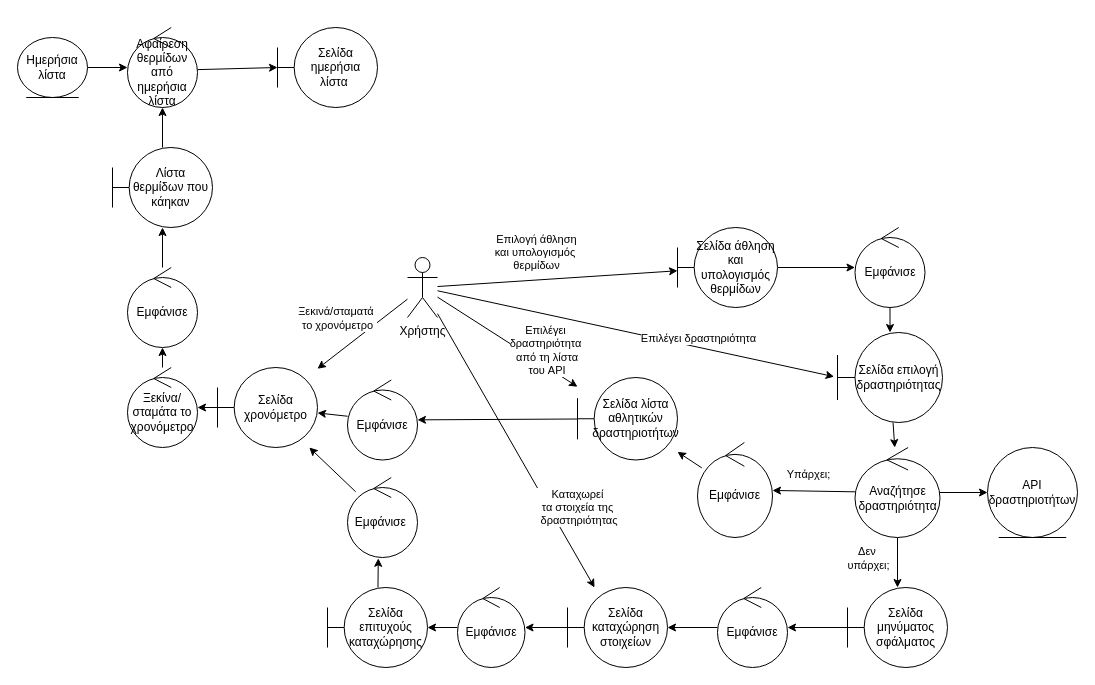
Before: ΤΡΙΤΟ ΠΑΡΑΔΟΤΕΟ/Robustness-diagrams_v0.1/rd_αθλήση_και_υπολογισμός_θερμίδων.drawio in Dionkaps/Eu-Zin, a draw.io diagram. Source tidied: cells renumbered, new cells numbered last; positions are measured from the earlier drawing's top-left corner, leaving out a move shared by most shapes. Both pictures are drawn from the tidied source at 100%, with x=0, y=0 at pixel (17, 27).
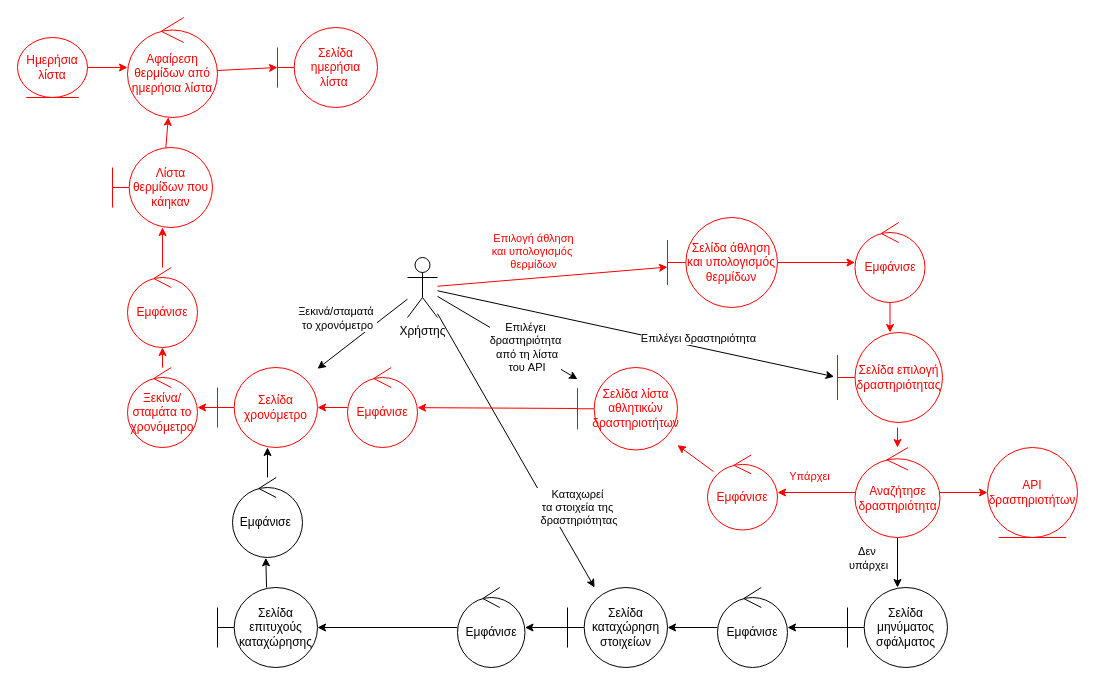
After the change.

Unchanged cells that the change refers to:
```xml
<mxCell id="6" style="edgeStyle=none;rounded=0;jettySize=auto;html=1;" parent="1" edge="1" source="12" target="29">
  <mxGeometry relative="1" as="geometry" />
</mxCell>
<mxCell id="12" value="Χρήστης" style="shape=umlActor;verticalLabelPosition=bottom;verticalAlign=top;html=1;outlineConnect=0;" parent="1" vertex="1">
  <mxGeometry x="390" y="230" width="30" height="60" as="geometry" />
</mxCell>
<mxCell id="22" style="edgeStyle=none;rounded=0;jettySize=auto;html=1;" parent="1" edge="1" source="24" target="31">
  <mxGeometry relative="1" as="geometry" />
</mxCell>
```

What changed in the source:
```diff
@@
-    <mxCell id="2" style="edgeStyle=none;rounded=0;jettySize=auto;html=1;" parent="1" edge="1" source="12" target="14">
+    <mxCell id="2" style="edgeStyle=none;rounded=0;jettySize=auto;html=1;strokeColor=#FF0000;" parent="1" edge="1" source="12" target="14">
       <mxGeometry relative="1" as="geometry" />
     </mxCell>
-    <mxCell id="3" value="Επιλογή άθληση&lt;br&gt;και υπολογισμός&amp;nbsp;&lt;br&gt;θερμίδων" style="edgeLabel;html=1;align=center;verticalAlign=middle;" parent="2" vertex="1">
+    <mxCell id="3" value="&lt;font color=&quot;#ff0000&quot;&gt;Επιλογή άθληση&lt;br&gt;και υπολογισμός&amp;nbsp;&lt;br&gt;θερμίδων&lt;/font&gt;" style="edgeLabel;html=1;align=center;verticalAlign=middle;" parent="2" vertex="1">
       <mxGeometry x="-0.43" relative="1" as="geometry">
         <mxPoint x="30" y="-30" as="offset" />
       </mxGeometry>
     </mxCell>
@@
     <mxCell id="7" value="Επιλέγει &lt;br&gt;δραστηριότητα&lt;br&gt;&amp;nbsp;από τη λίστα&lt;br&gt;&amp;nbsp;του API" style="edgeLabel;html=1;align=center;verticalAlign=middle;" parent="6" vertex="1">
       <mxGeometry x="0.21" y="-2" relative="1" as="geometry">
-        <mxPoint x="24" y="-3" as="offset" />
+        <mxPoint x="4" y="-1" as="offset" />
       </mxGeometry>
     </mxCell>
@@
-    <mxCell id="13" style="edgeStyle=none;rounded=0;jettySize=auto;html=1;" parent="1" edge="1" source="14" target="16">
+    <mxCell id="13" style="edgeStyle=none;rounded=0;jettySize=auto;html=1;strokeColor=#FF0000;" parent="1" edge="1" source="14" target="16">
       <mxGeometry relative="1" as="geometry" />
     </mxCell>
-    <mxCell id="14" value="Σελίδα άθληση και υπολογισμός θερμίδων" style="shape=umlBoundary;whiteSpace=wrap;html=1;" parent="1" vertex="1">
-      <mxGeometry x="660" y="200" width="100" height="80" as="geometry" />
+    <mxCell id="14" value="&lt;font color=&quot;#ff0000&quot;&gt;Σελίδα άθληση και υπολογισμός θερμίδων&lt;/font&gt;" style="shape=umlBoundary;whiteSpace=wrap;html=1;strokeColor=#FF0000;" parent="1" vertex="1">
+      <mxGeometry x="650" y="190" width="110" height="90" as="geometry" />
     </mxCell>
-    <mxCell id="15" style="edgeStyle=none;rounded=0;jettySize=auto;html=1;" parent="1" edge="1" source="16" target="18">
+    <mxCell id="15" style="edgeStyle=none;rounded=0;jettySize=auto;html=1;strokeColor=#FF0000;" parent="1" edge="1" source="16" target="18">
       <mxGeometry relative="1" as="geometry" />
     </mxCell>
-    <mxCell id="16" value="Εμφάνισε" style="ellipse;shape=umlControl;whiteSpace=wrap;html=1;" parent="1" vertex="1">
-      <mxGeometry x="837.5" y="200" width="70" height="80" as="geometry" />
+    <mxCell id="16" value="&lt;font color=&quot;#ff0000&quot;&gt;Εμφάνισε&lt;/font&gt;" style="ellipse;shape=umlControl;whiteSpace=wrap;html=1;strokeColor=#FF0000;" parent="1" vertex="1">
+      <mxGeometry x="837.5" y="195" width="70" height="80" as="geometry" />
     </mxCell>
-    <mxCell id="17" style="edgeStyle=none;rounded=0;jettySize=auto;html=1;" parent="1" edge="1" source="18" target="24">
-      <mxGeometry relative="1" as="geometry" />
+    <mxCell id="17" style="edgeStyle=none;rounded=0;jettySize=auto;html=1;strokeColor=#FF0000;" parent="1" edge="1" target="24">
+      <mxGeometry relative="1" as="geometry">
+        <mxPoint x="880" y="400" as="sourcePoint" />
+      </mxGeometry>
     </mxCell>
-    <mxCell id="18" value="Σελίδα επιλογή δραστηριότητας" style="shape=umlBoundary;whiteSpace=wrap;html=1;" parent="1" vertex="1">
+    <mxCell id="18" value="&lt;font color=&quot;#ff0000&quot;&gt;Σελίδα επιλογή δραστηριότητας&lt;/font&gt;" style="shape=umlBoundary;whiteSpace=wrap;html=1;strokeColor=#FF0000;" parent="1" vertex="1">
       <mxGeometry x="820" y="305" width="105" height="90" as="geometry" />
     </mxCell>
-    <mxCell id="19" style="edgeStyle=none;rounded=0;jettySize=auto;html=1;" parent="1" edge="1" source="24" target="25">
+    <mxCell id="19" style="edgeStyle=none;rounded=0;jettySize=auto;html=1;strokeColor=#FF0000;" parent="1" edge="1" source="24" target="25">
       <mxGeometry relative="1" as="geometry" />
     </mxCell>
-    <mxCell id="20" style="edgeStyle=none;rounded=0;jettySize=auto;html=1;" parent="1" edge="1" source="24" target="27">
+    <mxCell id="20" style="edgeStyle=none;rounded=0;jettySize=auto;html=1;strokeColor=#FF0000;" parent="1" edge="1" source="24" target="27">
       <mxGeometry relative="1" as="geometry" />
     </mxCell>
-    <mxCell id="21" value="Υπάρχει;" style="edgeLabel;html=1;align=center;verticalAlign=middle;" parent="20" vertex="1">
+    <mxCell id="21" value="&lt;font color=&quot;#ff0000&quot;&gt;Υπάρχει&lt;/font&gt;" style="edgeLabel;html=1;align=center;verticalAlign=middle;" parent="20" vertex="1">
       <mxGeometry x="-0.52" y="2" relative="1" as="geometry">
         <mxPoint x="-27" y="-19" as="offset" />
       </mxGeometry>
     </mxCell>
@@
-    <mxCell id="23" value="Δεν&amp;nbsp;&lt;br&gt;υπάρχει;" style="edgeLabel;html=1;align=center;verticalAlign=middle;" parent="22" vertex="1">
+    <mxCell id="23" value="Δεν&amp;nbsp;&lt;br&gt;υπάρχει" style="edgeLabel;html=1;align=center;verticalAlign=middle;" parent="22" vertex="1">
       <mxGeometry x="-0.47" y="-1" relative="1" as="geometry">
         <mxPoint x="-29" y="7" as="offset" />
       </mxGeometry>
     </mxCell>
-    <mxCell id="24" value="Αναζήτησε δραστηριότητα" style="ellipse;shape=umlControl;whiteSpace=wrap;html=1;" parent="1" vertex="1">
+    <mxCell id="24" value="&lt;font color=&quot;#ff0000&quot;&gt;Αναζήτησε δραστηριότητα&lt;/font&gt;" style="ellipse;shape=umlControl;whiteSpace=wrap;html=1;strokeColor=#FF0000;" parent="1" vertex="1">
       <mxGeometry x="837.5" y="420" width="85" height="90" as="geometry" />
     </mxCell>
-    <mxCell id="25" value="ΑPI δραστηριοτήτων" style="ellipse;shape=umlEntity;whiteSpace=wrap;html=1;" parent="1" vertex="1">
+    <mxCell id="25" value="&lt;font color=&quot;#ff0000&quot;&gt;ΑPI δραστηριοτήτων&lt;/font&gt;" style="ellipse;shape=umlEntity;whiteSpace=wrap;html=1;strokeColor=#FF0000;" parent="1" vertex="1">
       <mxGeometry x="970" y="420" width="90" height="90" as="geometry" />
     </mxCell>
-    <mxCell id="26" style="edgeStyle=none;rounded=0;jettySize=auto;html=1;" parent="1" edge="1" source="27" target="29">
+    <mxCell id="26" style="edgeStyle=none;rounded=0;jettySize=auto;html=1;strokeColor=#FF0000;" parent="1" edge="1" source="27" target="29">
       <mxGeometry relative="1" as="geometry" />
     </mxCell>
-    <mxCell id="27" value="Εμφάνισε" style="ellipse;shape=umlControl;whiteSpace=wrap;html=1;" parent="1" vertex="1">
-      <mxGeometry x="680" y="415" width="75" height="95" as="geometry" />
+    <mxCell id="27" value="&lt;font color=&quot;#ff0000&quot;&gt;Εμφάνισε&lt;/font&gt;" style="ellipse;shape=umlControl;whiteSpace=wrap;html=1;strokeColor=#FF0000;" parent="1" vertex="1">
+      <mxGeometry x="690" y="427.5" width="70" height="75" as="geometry" />
     </mxCell>
-    <mxCell id="28" style="edgeStyle=none;rounded=0;jettySize=auto;html=1;" parent="1" edge="1" source="29" target="45">
+    <mxCell id="28" style="edgeStyle=none;rounded=0;jettySize=auto;html=1;strokeColor=#FF0000;" parent="1" edge="1" source="29" target="45">
       <mxGeometry relative="1" as="geometry" />
     </mxCell>
-    <mxCell id="29" value="Σελίδα λίστα αθλητικών δραστηριοτήτων" style="shape=umlBoundary;whiteSpace=wrap;html=1;" parent="1" vertex="1">
-      <mxGeometry x="560" y="350" width="100" height="82.5" as="geometry" />
+    <mxCell id="29" value="&lt;font color=&quot;#ff0000&quot; style=&quot;font-size: 12px;&quot;&gt;Σελίδα λίστα αθλητικών δραστηριοτήτων&lt;/font&gt;" style="shape=umlBoundary;whiteSpace=wrap;html=1;strokeColor=#FF0000;" parent="1" vertex="1">
+      <mxGeometry x="560" y="340" width="100" height="82.5" as="geometry" />
     </mxCell>
@@
-    <mxCell id="38" style="edgeStyle=none;rounded=0;jettySize=auto;html=1;entryX=0.44;entryY=1.01;entryDx=0;entryDy=0;entryPerimeter=0;" parent="1" edge="1" source="39" target="41">
+    <mxCell id="38" style="edgeStyle=none;rounded=0;jettySize=auto;html=1;entryX=0.476;entryY=1.004;entryDx=0;entryDy=0;entryPerimeter=0;" parent="1" edge="1" source="39" target="41">
       <mxGeometry relative="1" as="geometry" />
     </mxCell>
     <mxCell id="39" value="Σελίδα επιτυχούς καταχώρησης" style="shape=umlBoundary;whiteSpace=wrap;html=1;" parent="1" vertex="1">
-      <mxGeometry x="310" y="560" width="100" height="80" as="geometry" />
+      <mxGeometry x="200" y="560" width="100" height="80" as="geometry" />
     </mxCell>
@@
     <mxCell id="41" value="Εμφάνισε&amp;nbsp;" style="ellipse;shape=umlControl;whiteSpace=wrap;html=1;" parent="1" vertex="1">
-      <mxGeometry x="330" y="450" width="70" height="80" as="geometry" />
+      <mxGeometry x="215" y="450" width="70" height="80" as="geometry" />
     </mxCell>
-    <mxCell id="42" style="edgeStyle=none;rounded=0;jettySize=auto;html=1;" parent="1" edge="1" source="43" target="47">
+    <mxCell id="42" style="edgeStyle=none;rounded=0;jettySize=auto;html=1;strokeColor=#FF0000;" parent="1" edge="1" source="43" target="47">
       <mxGeometry relative="1" as="geometry" />
     </mxCell>
-    <mxCell id="43" value="Σελίδα χρονόμετρο" style="shape=umlBoundary;whiteSpace=wrap;html=1;" parent="1" vertex="1">
+    <mxCell id="43" value="&lt;font color=&quot;#ff0000&quot;&gt;Σελίδα χρονόμετρο&lt;/font&gt;" style="shape=umlBoundary;whiteSpace=wrap;html=1;strokeColor=#FF0000;" parent="1" vertex="1">
       <mxGeometry x="200" y="340" width="100" height="80" as="geometry" />
     </mxCell>
-    <mxCell id="44" style="edgeStyle=none;rounded=0;jettySize=auto;html=1;" parent="1" edge="1" source="45" target="43">
+    <mxCell id="44" style="edgeStyle=none;rounded=0;jettySize=auto;html=1;strokeColor=#FF0000;" parent="1" edge="1" source="45" target="43">
       <mxGeometry relative="1" as="geometry" />
     </mxCell>
-    <mxCell id="45" value="Εμφάνισε" style="ellipse;shape=umlControl;whiteSpace=wrap;html=1;" parent="1" vertex="1">
-      <mxGeometry x="330" y="352.5" width="70" height="80" as="geometry" />
+    <mxCell id="45" value="&lt;font color=&quot;#ff0000&quot;&gt;Εμφάνισε&lt;/font&gt;" style="ellipse;shape=umlControl;whiteSpace=wrap;html=1;strokeColor=#FF0000;" parent="1" vertex="1">
+      <mxGeometry x="330" y="340" width="70" height="80" as="geometry" />
     </mxCell>
-    <mxCell id="46" style="edgeStyle=none;rounded=0;jettySize=auto;html=1;" parent="1" edge="1" source="47" target="49">
+    <mxCell id="46" style="edgeStyle=none;rounded=0;jettySize=auto;html=1;strokeColor=#FF0000;" parent="1" edge="1" source="47" target="49">
       <mxGeometry relative="1" as="geometry" />
     </mxCell>
-    <mxCell id="47" value="Ξεκίνα/σταμάτα το χρονόμετρο" style="ellipse;shape=umlControl;whiteSpace=wrap;html=1;" parent="1" vertex="1">
+    <mxCell id="47" value="&lt;font color=&quot;#ff0000&quot;&gt;Ξεκίνα/σταμάτα το χρονόμετρο&lt;/font&gt;" style="ellipse;shape=umlControl;whiteSpace=wrap;html=1;strokeColor=#FF0000;" parent="1" vertex="1">
       <mxGeometry x="110" y="340" width="70" height="80" as="geometry" />
     </mxCell>
-    <mxCell id="48" style="edgeStyle=none;rounded=0;jettySize=auto;html=1;" parent="1" edge="1" source="49" target="51">
+    <mxCell id="48" style="edgeStyle=none;rounded=0;jettySize=auto;html=1;strokeColor=#FF0000;" parent="1" edge="1" source="49" target="51">
       <mxGeometry relative="1" as="geometry" />
     </mxCell>
-    <mxCell id="49" value="Εμφάνισε" style="ellipse;shape=umlControl;whiteSpace=wrap;html=1;" parent="1" vertex="1">
+    <mxCell id="49" value="&lt;font color=&quot;#ff0000&quot;&gt;Εμφάνισε&lt;/font&gt;" style="ellipse;shape=umlControl;whiteSpace=wrap;html=1;strokeColor=#FF0000;" parent="1" vertex="1">
       <mxGeometry x="110" y="240" width="70" height="80" as="geometry" />
     </mxCell>
-    <mxCell id="50" style="edgeStyle=none;rounded=0;jettySize=auto;html=1;" parent="1" edge="1" source="51" target="53">
+    <mxCell id="50" style="edgeStyle=none;rounded=0;jettySize=auto;html=1;strokeColor=#FF0000;" parent="1" edge="1" source="51" target="53">
       <mxGeometry relative="1" as="geometry" />
     </mxCell>
-    <mxCell id="51" value="Λίστα θερμίδων που κάηκαν" style="shape=umlBoundary;whiteSpace=wrap;html=1;" parent="1" vertex="1">
+    <mxCell id="51" value="&lt;font color=&quot;#ff0000&quot;&gt;Λίστα θερμίδων που κάηκαν&lt;/font&gt;" style="shape=umlBoundary;whiteSpace=wrap;html=1;strokeColor=#FF0000;" parent="1" vertex="1">
       <mxGeometry x="95" y="120" width="100" height="80" as="geometry" />
     </mxCell>
-    <mxCell id="52" style="edgeStyle=none;rounded=0;jettySize=auto;html=1;" parent="1" edge="1" source="53" target="56">
+    <mxCell id="52" style="edgeStyle=none;rounded=0;jettySize=auto;html=1;strokeColor=#FF0000;" parent="1" edge="1" source="53" target="56">
       <mxGeometry relative="1" as="geometry" />
     </mxCell>
-    <mxCell id="53" value="Αφαίρεση θερμίδων από ημερήσια λίστα" style="ellipse;shape=umlControl;whiteSpace=wrap;html=1;" parent="1" vertex="1">
-      <mxGeometry x="110" width="70" height="80" as="geometry" />
+    <mxCell id="53" value="&lt;font color=&quot;#ff0000&quot;&gt;Αφαίρεση θερμίδων από ημερήσια λίστα&lt;/font&gt;" style="ellipse;shape=umlControl;whiteSpace=wrap;html=1;strokeColor=#FF0000;" parent="1" vertex="1">
+      <mxGeometry x="110" y="-10" width="90" height="100" as="geometry" />
     </mxCell>
-    <mxCell id="54" style="edgeStyle=none;rounded=0;jettySize=auto;html=1;" parent="1" edge="1" source="55" target="53">
+    <mxCell id="54" style="edgeStyle=none;rounded=0;jettySize=auto;html=1;strokeColor=#FF0000;" parent="1" edge="1" source="55" target="53">
       <mxGeometry relative="1" as="geometry" />
     </mxCell>
-    <mxCell id="55" value="Ημερήσια λίστα" style="ellipse;shape=umlEntity;whiteSpace=wrap;html=1;" parent="1" vertex="1">
+    <mxCell id="55" value="&lt;font color=&quot;#ff0000&quot;&gt;Ημερήσια λίστα&lt;/font&gt;" style="ellipse;shape=umlEntity;whiteSpace=wrap;html=1;strokeColor=#FF0000;" parent="1" vertex="1">
       <mxGeometry y="10" width="70" height="60" as="geometry" />
     </mxCell>
-    <mxCell id="56" value="Σελίδα ημερήσια λίστα&amp;nbsp;" style="shape=umlBoundary;whiteSpace=wrap;html=1;" parent="1" vertex="1">
+    <mxCell id="56" value="&lt;font color=&quot;#ff0000&quot;&gt;Σελίδα ημερήσια λίστα&amp;nbsp;&lt;/font&gt;" style="shape=umlBoundary;whiteSpace=wrap;html=1;strokeColor=#FF0000;" parent="1" vertex="1">
       <mxGeometry x="260" width="100" height="80" as="geometry" />
     </mxCell>
```
